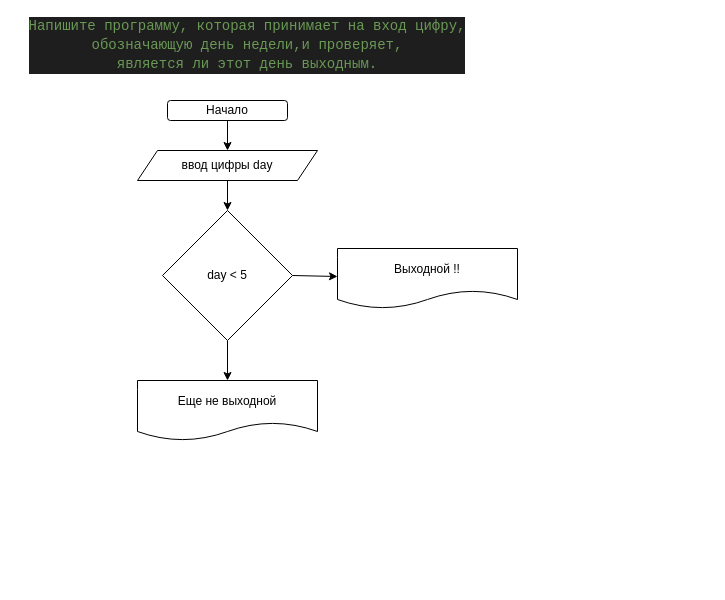
StaxxxInc/C_methods_hw keeps this draw.io diagram as 15/15.drawio. Above is the earlier version. Source tidied: cells renumbered, new cells numbered last; positions are measured from the earlier drawing's top-left corner, leaving out a move shared by most shapes. Both pictures are drawn from the tidied source at 100%, with x=0, y=0 at pixel (17, 30).
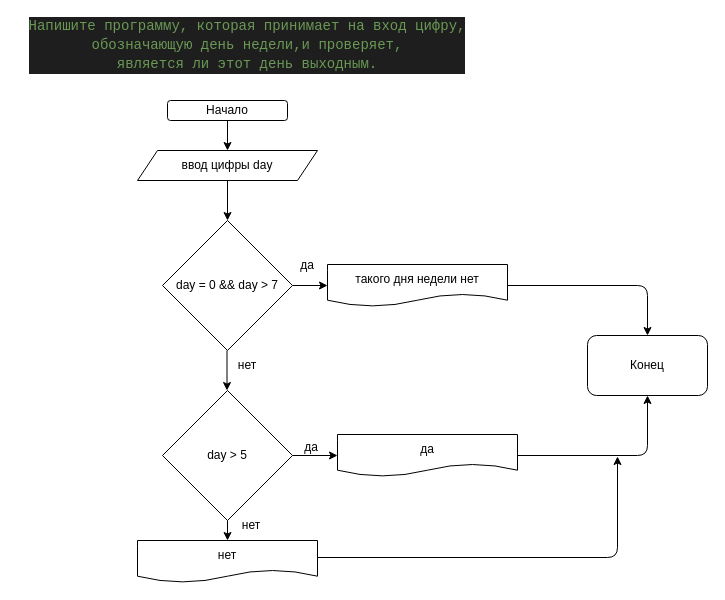
Above is the later version.

Unchanged cells that the change refers to:
```xml
<mxCell id="5" value="ввод цифры day" style="shape=parallelogram;perimeter=parallelogramPerimeter;whiteSpace=wrap;html=1;fixedSize=1;" parent="1" vertex="1">
  <mxGeometry x="120" y="120" width="180" height="30" as="geometry" />
</mxCell>
```

Change to the diagram source:
```diff
@@
-    <mxCell id="4" style="edgeStyle=none;html=1;exitX=0.5;exitY=1;exitDx=0;exitDy=0;" parent="1" edge="1" source="5">
-      <mxGeometry relative="1" as="geometry">
-        <mxPoint x="210" y="180" as="targetPoint" />
-      </mxGeometry>
+    <mxCell id="4" style="edgeStyle=none;html=1;exitX=0.5;exitY=1;exitDx=0;exitDy=0;entryX=0.5;entryY=0;entryDx=0;entryDy=0;" parent="1" edge="1" source="5" target="13">
+      <mxGeometry relative="1" as="geometry" />
     </mxCell>
@@
-    <mxCell id="6" value="Еще не выходной" style="shape=document;whiteSpace=wrap;html=1;boundedLbl=1;" parent="1" vertex="1">
-      <mxGeometry x="120" y="350" width="180" height="60" as="geometry" />
-    </mxCell>
@@
-    <mxCell id="8" style="edgeStyle=none;html=1;exitX=0.5;exitY=1;exitDx=0;exitDy=0;" parent="1" edge="1" source="10">
+    <mxCell id="8" style="edgeStyle=none;html=1;exitX=0.5;exitY=1;exitDx=0;exitDy=0;" parent="1" edge="1">
       <mxGeometry relative="1" as="geometry">
-        <mxPoint x="210" y="350" as="targetPoint" />
+        <mxPoint x="209.5" y="320" as="sourcePoint" />
+        <mxPoint x="209.5" y="360" as="targetPoint" />
       </mxGeometry>
     </mxCell>
-    <mxCell id="9" style="edgeStyle=none;html=1;exitX=1;exitY=0.5;exitDx=0;exitDy=0;" parent="1" edge="1" source="10" target="11">
-      <mxGeometry relative="1" as="geometry" />
-    </mxCell>
-    <mxCell id="10" value="day &amp;lt; 5" style="rhombus;whiteSpace=wrap;html=1;" parent="1" vertex="1">
-      <mxGeometry x="145" y="180" width="130" height="130" as="geometry" />
-    </mxCell>
-    <mxCell id="11" value="Выходной !!" style="shape=document;whiteSpace=wrap;html=1;boundedLbl=1;" parent="1" vertex="1">
-      <mxGeometry x="320" y="218" width="180" height="60" as="geometry" />
-    </mxCell>
+    <mxCell id="12" style="edgeStyle=none;html=1;exitX=1;exitY=0.5;exitDx=0;exitDy=0;entryX=0;entryY=0.5;entryDx=0;entryDy=0;" parent="1" edge="1" source="13" target="15">
+      <mxGeometry relative="1" as="geometry" />
+    </mxCell>
+    <mxCell id="13" value="day = 0 &amp;amp;&amp;amp; day &amp;gt; 7" style="rhombus;whiteSpace=wrap;html=1;" parent="1" vertex="1">
+      <mxGeometry x="145" y="190" width="130" height="130" as="geometry" />
+    </mxCell>
+    <mxCell id="14" style="edgeStyle=none;html=1;exitX=1;exitY=0.5;exitDx=0;exitDy=0;entryX=0.5;entryY=0;entryDx=0;entryDy=0;" parent="1" edge="1" source="15" target="27">
+      <mxGeometry relative="1" as="geometry">
+        <Array as="points">
+          <mxPoint x="630" y="255" />
+        </Array>
+      </mxGeometry>
+    </mxCell>
+    <mxCell id="15" value="такого дня недели нет" style="shape=document;whiteSpace=wrap;html=1;boundedLbl=1;" parent="1" vertex="1">
+      <mxGeometry x="310" y="234" width="180" height="42" as="geometry" />
+    </mxCell>
+    <mxCell id="16" style="edgeStyle=none;html=1;exitX=1;exitY=0.5;exitDx=0;exitDy=0;" parent="1" edge="1">
+      <mxGeometry relative="1" as="geometry">
+        <mxPoint x="300" y="527" as="sourcePoint" />
+        <mxPoint x="600" y="426" as="targetPoint" />
+        <Array as="points">
+          <mxPoint x="600" y="527" />
+        </Array>
+      </mxGeometry>
+    </mxCell>
+    <mxCell id="17" value="нет" style="shape=document;whiteSpace=wrap;html=1;boundedLbl=1;" parent="1" vertex="1">
+      <mxGeometry x="120" y="510" width="180" height="42" as="geometry" />
+    </mxCell>
+    <mxCell id="18" style="edgeStyle=none;html=1;exitX=1;exitY=0.5;exitDx=0;exitDy=0;" parent="1" edge="1" source="20" target="22">
+      <mxGeometry relative="1" as="geometry" />
+    </mxCell>
+    <mxCell id="19" style="edgeStyle=none;html=1;exitX=0.5;exitY=1;exitDx=0;exitDy=0;entryX=0.5;entryY=0;entryDx=0;entryDy=0;" parent="1" edge="1" source="20" target="17">
+      <mxGeometry relative="1" as="geometry" />
+    </mxCell>
+    <mxCell id="20" value="day &amp;gt; 5" style="rhombus;whiteSpace=wrap;html=1;" parent="1" vertex="1">
+      <mxGeometry x="145" y="360" width="130" height="130" as="geometry" />
+    </mxCell>
+    <mxCell id="21" style="edgeStyle=none;html=1;exitX=1;exitY=0.5;exitDx=0;exitDy=0;" parent="1" edge="1" source="22" target="27">
+      <mxGeometry relative="1" as="geometry">
+        <Array as="points">
+          <mxPoint x="630" y="425" />
+        </Array>
+      </mxGeometry>
+    </mxCell>
+    <mxCell id="22" value="да" style="shape=document;whiteSpace=wrap;html=1;boundedLbl=1;" parent="1" vertex="1">
+      <mxGeometry x="320" y="404" width="180" height="42" as="geometry" />
+    </mxCell>
+    <mxCell id="23" value="да" style="text;html=1;strokeColor=none;fillColor=none;align=center;verticalAlign=middle;whiteSpace=wrap;rounded=0;" parent="1" vertex="1">
+      <mxGeometry x="264" y="402" width="60" height="30" as="geometry" />
+    </mxCell>
+    <mxCell id="24" value="нет" style="text;html=1;strokeColor=none;fillColor=none;align=center;verticalAlign=middle;whiteSpace=wrap;rounded=0;" parent="1" vertex="1">
+      <mxGeometry x="200" y="320" width="60" height="30" as="geometry" />
+    </mxCell>
+    <mxCell id="25" value="да" style="text;html=1;strokeColor=none;fillColor=none;align=center;verticalAlign=middle;whiteSpace=wrap;rounded=0;" parent="1" vertex="1">
+      <mxGeometry x="260" y="220" width="60" height="30" as="geometry" />
+    </mxCell>
+    <mxCell id="26" value="нет" style="text;html=1;strokeColor=none;fillColor=none;align=center;verticalAlign=middle;whiteSpace=wrap;rounded=0;" parent="1" vertex="1">
+      <mxGeometry x="204" y="480" width="60" height="30" as="geometry" />
+    </mxCell>
+    <mxCell id="27" value="Конец" style="rounded=1;whiteSpace=wrap;html=1;" parent="1" vertex="1">
+      <mxGeometry x="570" y="305" width="120" height="60" as="geometry" />
+    </mxCell>
```
